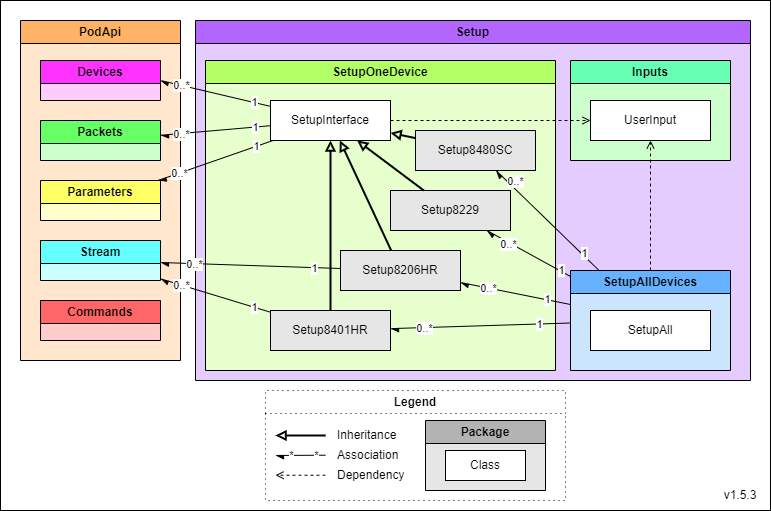
The draw.io diagram Documents/Diagrams/class-diagrams-Setup.png in Pinnacle-Technology-Inc/Morelia, before a commit. Source tidied: cells renumbered, new cells last; positions are measured from the earlier drawing's top-left corner, leaving out a move shared by most shapes.
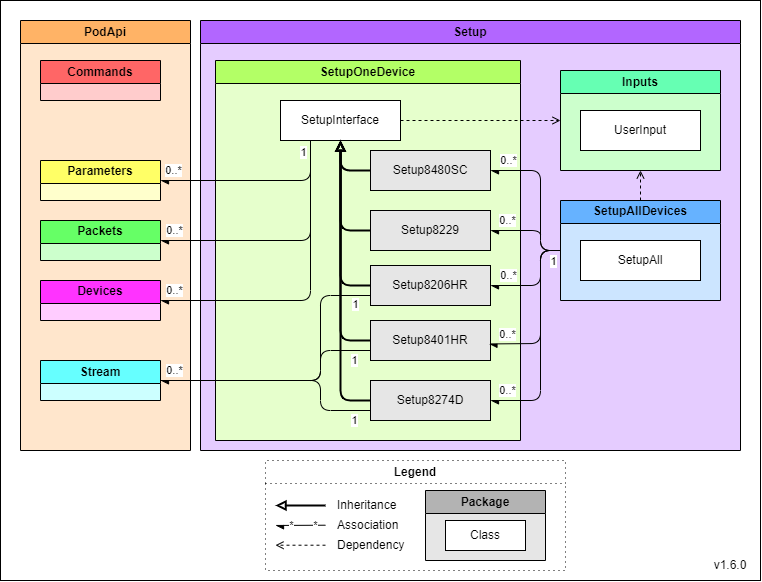
Later version of the same file.

Commit message:
[SM-296] update class diagrams

Diff of the diagram source:
```diff
@@ -3,10 +3,28 @@
     <mxCell id="0" />
     <mxCell id="1" parent="0" />
     <mxCell id="2" style="rounded=0;whiteSpace=wrap;html=1;" parent="1" vertex="1">
-      <mxGeometry width="770" height="510" as="geometry" />
+      <mxGeometry width="760" height="580" as="geometry" />
     </mxCell>
+    <mxCell id="44" value="PodApi" style="swimlane;whiteSpace=wrap;html=1;fillColor=#FFB366;swimlaneFillColor=#FFE6CC;" parent="1" vertex="1">
+      <mxGeometry x="20" y="20" width="170" height="430" as="geometry" />
+    </mxCell>
+    <mxCell id="45" value="Devices" style="swimlane;whiteSpace=wrap;html=1;fillColor=#FF33FF;swimlaneFillColor=#FFCCFF;" parent="44" vertex="1">
+      <mxGeometry x="20" y="260" width="120" height="40" as="geometry" />
+    </mxCell>
+    <mxCell id="46" value="Packets" style="swimlane;whiteSpace=wrap;html=1;fillColor=#66FF66;swimlaneFillColor=#CCFFCC;" parent="44" vertex="1">
+      <mxGeometry x="20" y="200" width="120" height="40" as="geometry" />
+    </mxCell>
+    <mxCell id="47" value="Stream" style="swimlane;whiteSpace=wrap;html=1;fillColor=#66FFFF;swimlaneFillColor=#CCFFFF;gradientColor=none;" parent="44" vertex="1">
+      <mxGeometry x="20" y="340" width="120" height="40" as="geometry" />
+    </mxCell>
+    <mxCell id="49" value="Commands" style="swimlane;whiteSpace=wrap;html=1;fillColor=#FF6666;swimlaneFillColor=#FFCCCC;" parent="44" vertex="1">
+      <mxGeometry x="20" y="40" width="120" height="40" as="geometry" />
+    </mxCell>
+    <mxCell id="48" value="Parameters" style="swimlane;whiteSpace=wrap;html=1;fillColor=#FFFF66;swimlaneFillColor=#FFFFCC;" parent="44" vertex="1">
+      <mxGeometry x="20" y="140" width="120" height="40" as="geometry" />
+    </mxCell>
     <mxCell id="3" value="&lt;b&gt;Legend&lt;/b&gt;" style="swimlane;whiteSpace=wrap;html=1;gradientColor=none;dashed=1;dashPattern=1 4;fontStyle=0;" parent="1" vertex="1">
-      <mxGeometry x="265" y="390" width="300" height="110" as="geometry" />
+      <mxGeometry x="265" y="460" width="300" height="110" as="geometry" />
     </mxCell>
     <mxCell id="4" value="Inheritance" style="text;html=1;strokeColor=none;fillColor=none;align=left;verticalAlign=middle;whiteSpace=wrap;rounded=0;fontStyle=0;" parent="3" vertex="1">
       <mxGeometry x="70" y="35" width="80" height="20" as="geometry" />
@@ -51,172 +69,241 @@
         <mxPoint x="-3" as="offset" />
       </mxGeometry>
     </mxCell>
-    <mxCell id="14" value="v1.5.3" style="text;html=1;strokeColor=none;fillColor=none;align=center;verticalAlign=middle;whiteSpace=wrap;rounded=0;fontStyle=0;" parent="1" vertex="1">
-      <mxGeometry x="710" y="480" width="60" height="30" as="geometry" />
+    <mxCell id="14" value="v1.6.0" style="text;html=1;strokeColor=none;fillColor=none;align=center;verticalAlign=middle;whiteSpace=wrap;rounded=0;fontStyle=0;" parent="1" vertex="1">
+      <mxGeometry x="700" y="550" width="60" height="30" as="geometry" />
     </mxCell>
     <mxCell id="15" value="Setup" style="swimlane;whiteSpace=wrap;html=1;fillColor=#B266FF;swimlaneFillColor=#E5CCFF;" parent="1" vertex="1">
-      <mxGeometry x="195" y="20" width="555" height="360" as="geometry" />
+      <mxGeometry x="200" y="20" width="540" height="430" as="geometry" />
     </mxCell>
     <mxCell id="16" value="SetupOneDevice" style="swimlane;whiteSpace=wrap;html=1;fillColor=#B3FF66;swimlaneFillColor=#E6FFCC;" parent="15" vertex="1">
-      <mxGeometry x="10" y="40" width="350" height="310" as="geometry" />
+      <mxGeometry x="15" y="40" width="305" height="380" as="geometry" />
     </mxCell>
     <mxCell id="17" value="Setup8401HR" style="rounded=0;whiteSpace=wrap;html=1;fontStyle=0;fillColor=#E6E6E6;" parent="16" vertex="1">
-      <mxGeometry x="65" y="250" width="120" height="40" as="geometry" />
+      <mxGeometry x="155" y="260" width="120" height="40" as="geometry" />
     </mxCell>
     <mxCell id="18" value="&lt;span&gt;Setup8480SC&lt;/span&gt;" style="rounded=0;whiteSpace=wrap;html=1;fontStyle=0;fillColor=#E6E6E6;" parent="16" vertex="1">
-      <mxGeometry x="210" y="70" width="120" height="40" as="geometry" />
+      <mxGeometry x="155" y="90" width="120" height="40" as="geometry" />
     </mxCell>
     <mxCell id="19" value="SetupInterface" style="rounded=0;whiteSpace=wrap;html=1;fontStyle=0;" parent="16" vertex="1">
       <mxGeometry x="65" y="40" width="120" height="40" as="geometry" />
     </mxCell>
     <mxCell id="20" value="Setup8229" style="rounded=0;whiteSpace=wrap;html=1;fontStyle=0;fillColor=#E6E6E6;" parent="16" vertex="1">
-      <mxGeometry x="185" y="130" width="120" height="40" as="geometry" />
+      <mxGeometry x="155" y="150" width="120" height="40" as="geometry" />
     </mxCell>
+    <mxCell id="22" value="Setup8206HR" style="rounded=0;whiteSpace=wrap;html=1;fontStyle=0;fillColor=#E6E6E6;" parent="16" vertex="1">
+      <mxGeometry x="155" y="205" width="120" height="40" as="geometry" />
+    </mxCell>
+    <mxCell id="25" style="endArrow=block;html=1;endFill=0;strokeWidth=2;fontStyle=0;" parent="16" edge="1" source="17" target="19">
+      <mxGeometry relative="1" as="geometry">
+        <Array as="points">
+          <mxPoint x="125" y="280" />
+        </Array>
+      </mxGeometry>
+    </mxCell>
+    <mxCell id="65" value="Setup8274D" style="rounded=0;whiteSpace=wrap;html=1;fontStyle=0;fillColor=#E6E6E6;" parent="16" vertex="1">
+      <mxGeometry x="155" y="320" width="120" height="40" as="geometry" />
+    </mxCell>
+    <mxCell id="66" style="endArrow=block;html=1;endFill=0;strokeWidth=2;fontStyle=0;exitX=0;exitY=0.5;exitDx=0;exitDy=0;rounded=1;" parent="16" edge="1" source="65" target="19">
+      <mxGeometry relative="1" as="geometry">
+        <Array as="points">
+          <mxPoint x="125" y="340" />
+        </Array>
+      </mxGeometry>
+    </mxCell>
+    <mxCell id="23" style="endArrow=block;html=1;endFill=0;strokeWidth=2;fontStyle=0;" parent="16" edge="1" source="22" target="19">
+      <mxGeometry relative="1" as="geometry">
+        <Array as="points">
+          <mxPoint x="125" y="225" />
+        </Array>
+      </mxGeometry>
+    </mxCell>
     <mxCell id="21" style="endArrow=block;html=1;endFill=0;strokeWidth=2;fontStyle=0;" parent="16" edge="1" source="20" target="19">
-      <mxGeometry relative="1" as="geometry" />
+      <mxGeometry relative="1" as="geometry">
+        <Array as="points">
+          <mxPoint x="125" y="170" />
+        </Array>
+      </mxGeometry>
     </mxCell>
-    <mxCell id="22" value="Setup8206HR" style="rounded=0;whiteSpace=wrap;html=1;fontStyle=0;fillColor=#E6E6E6;" parent="16" vertex="1">
-      <mxGeometry x="135" y="190" width="120" height="40" as="geometry" />
-    </mxCell>
-    <mxCell id="23" style="endArrow=block;html=1;endFill=0;strokeWidth=2;fontStyle=0;" parent="16" edge="1" source="22" target="19">
-      <mxGeometry relative="1" as="geometry" />
-    </mxCell>
     <mxCell id="24" style="endArrow=block;html=1;endFill=0;strokeWidth=2;fontStyle=0;" parent="16" edge="1" source="18" target="19">
-      <mxGeometry relative="1" as="geometry" />
+      <mxGeometry relative="1" as="geometry">
+        <Array as="points">
+          <mxPoint x="125" y="110" />
+        </Array>
+      </mxGeometry>
     </mxCell>
-    <mxCell id="25" style="endArrow=block;html=1;endFill=0;strokeWidth=2;fontStyle=0;" parent="16" edge="1" source="17" target="19">
-      <mxGeometry relative="1" as="geometry" />
-    </mxCell>
     <mxCell id="26" value="Inputs" style="swimlane;whiteSpace=wrap;html=1;fillColor=#66FFB3;swimlaneFillColor=#CCFFCC;" parent="15" vertex="1">
-      <mxGeometry x="375" y="40" width="160" height="100" as="geometry" />
+      <mxGeometry x="360" y="50" width="160" height="100" as="geometry" />
     </mxCell>
     <mxCell id="27" value="UserInput" style="rounded=0;whiteSpace=wrap;html=1;fontStyle=0;" parent="26" vertex="1">
       <mxGeometry x="20" y="40" width="120" height="40" as="geometry" />
     </mxCell>
-    <mxCell id="28" style="endArrow=open;html=1;endFill=0;dashed=1;fontStyle=0;exitX=1;exitY=0.5;exitDx=0;exitDy=0;" parent="15" edge="1" source="19" target="27">
+    <mxCell id="28" style="endArrow=open;html=1;endFill=0;dashed=1;fontStyle=0;exitX=1;exitY=0.5;exitDx=0;exitDy=0;" parent="15" edge="1" source="19" target="26">
       <mxGeometry relative="1" as="geometry" />
     </mxCell>
     <mxCell id="29" value="SetupAllDevices" style="swimlane;whiteSpace=wrap;html=1;fillColor=#66B2FF;swimlaneFillColor=#CCE5FF;" parent="15" vertex="1">
-      <mxGeometry x="375" y="250" width="160" height="100" as="geometry" />
+      <mxGeometry x="360" y="180" width="160" height="100" as="geometry" />
     </mxCell>
     <mxCell id="30" value="SetupAll" style="rounded=0;whiteSpace=wrap;html=1;fontStyle=0;" parent="29" vertex="1">
       <mxGeometry x="20" y="40" width="120" height="40" as="geometry" />
     </mxCell>
-    <mxCell id="31" style="endArrow=open;html=1;endFill=0;dashed=1;fontStyle=0;" parent="15" edge="1" source="29" target="27">
+    <mxCell id="31" style="endArrow=open;html=1;endFill=0;dashed=1;fontStyle=0;" parent="15" edge="1" source="29" target="26">
       <mxGeometry relative="1" as="geometry" />
     </mxCell>
-    <mxCell id="32" style="endArrow=async;html=1;endFill=1;fontStyle=0;" parent="15" edge="1" source="29" target="18">
-      <mxGeometry relative="1" as="geometry" />
-    </mxCell>
-    <mxCell id="33" value="0..*" style="edgeLabel;html=1;align=center;verticalAlign=middle;fontStyle=0;" parent="32" vertex="1">
-      <mxGeometry x="0.63" relative="1" as="geometry">
-        <mxPoint y="-8" as="offset" />
-      </mxGeometry>
-    </mxCell>
-    <mxCell id="34" value="1" style="edgeLabel;html=1;align=center;verticalAlign=middle;fontStyle=0;" parent="32" vertex="1">
-      <mxGeometry x="-0.71" relative="1" as="geometry">
-        <mxPoint y="-3" as="offset" />
-      </mxGeometry>
-    </mxCell>
-    <mxCell id="35" style="endArrow=async;html=1;endFill=1;fontStyle=0;" parent="15" edge="1" source="29" target="20">
-      <mxGeometry relative="1" as="geometry" />
-    </mxCell>
-    <mxCell id="36" value="0..*" style="edgeLabel;html=1;align=center;verticalAlign=middle;fontStyle=0;" parent="35" vertex="1">
-      <mxGeometry x="0.63" relative="1" as="geometry">
-        <mxPoint x="6" y="5" as="offset" />
-      </mxGeometry>
-    </mxCell>
-    <mxCell id="37" value="1" style="edgeLabel;html=1;align=center;verticalAlign=middle;fontStyle=0;" parent="35" vertex="1">
-      <mxGeometry x="-0.71" relative="1" as="geometry">
-        <mxPoint x="3" as="offset" />
-      </mxGeometry>
-    </mxCell>
-    <mxCell id="38" style="endArrow=async;html=1;endFill=1;fontStyle=0;" parent="15" edge="1" source="29" target="17">
-      <mxGeometry relative="1" as="geometry" />
+    <mxCell id="38" style="endArrow=async;html=1;endFill=1;fontStyle=0;entryX=1;entryY=0.5;entryDx=0;entryDy=0;exitX=0;exitY=0.5;exitDx=0;exitDy=0;" parent="15" edge="1" source="29" target="18">
+      <mxGeometry relative="1" as="geometry">
+        <Array as="points">
+          <mxPoint x="340" y="230" />
+          <mxPoint x="340" y="150" />
+        </Array>
+      </mxGeometry>
     </mxCell>
     <mxCell id="39" value="0..*" style="edgeLabel;html=1;align=center;verticalAlign=middle;fontStyle=0;" parent="38" vertex="1">
-      <mxGeometry x="0.63" relative="1" as="geometry" />
+      <mxGeometry x="0.63" relative="1" as="geometry">
+        <mxPoint x="-11" y="-10" as="offset" />
+      </mxGeometry>
     </mxCell>
-    <mxCell id="40" value="1" style="edgeLabel;html=1;align=center;verticalAlign=middle;fontStyle=0;" parent="38" vertex="1">
-      <mxGeometry x="-0.71" relative="1" as="geometry">
-        <mxPoint x="-6" as="offset" />
-      </mxGeometry>
-    </mxCell>
+    <mxCell id="67" style="endArrow=async;html=1;endFill=1;fontStyle=0;entryX=1;entryY=0.5;entryDx=0;entryDy=0;exitX=0;exitY=0.5;exitDx=0;exitDy=0;" parent="15" edge="1" source="29" target="65">
+      <mxGeometry relative="1" as="geometry">
+        <Array as="points">
+          <mxPoint x="340" y="230" />
+          <mxPoint x="340" y="380" />
+        </Array>
+      </mxGeometry>
+    </mxCell>
+    <mxCell id="68" value="0..*" style="edgeLabel;html=1;align=center;verticalAlign=middle;fontStyle=0;" parent="67" vertex="1">
+      <mxGeometry x="0.63" relative="1" as="geometry">
+        <mxPoint x="-24" y="-10" as="offset" />
+      </mxGeometry>
+    </mxCell>
+    <mxCell id="69" value="1" style="edgeLabel;html=1;align=center;verticalAlign=middle;fontStyle=0;" parent="67" vertex="1">
+      <mxGeometry x="-0.71" relative="1" as="geometry">
+        <mxPoint x="13" y="-2" as="offset" />
+      </mxGeometry>
+    </mxCell>
+    <mxCell id="70" style="endArrow=async;html=1;endFill=1;fontStyle=0;entryX=0.987;entryY=0.586;entryDx=0;entryDy=0;exitX=0;exitY=0.5;exitDx=0;exitDy=0;entryPerimeter=0;" parent="15" edge="1" source="29" target="17">
+      <mxGeometry relative="1" as="geometry">
+        <Array as="points">
+          <mxPoint x="340" y="230" />
+          <mxPoint x="340" y="323" />
+        </Array>
+      </mxGeometry>
+    </mxCell>
+    <mxCell id="71" value="0..*" style="edgeLabel;html=1;align=center;verticalAlign=middle;fontStyle=0;" parent="70" vertex="1">
+      <mxGeometry x="0.63" relative="1" as="geometry">
+        <mxPoint x="-12" y="-10" as="offset" />
+      </mxGeometry>
+    </mxCell>
-    <mxCell id="41" style="endArrow=async;html=1;endFill=1;fontStyle=0;" parent="15" edge="1" source="29" target="22">
-      <mxGeometry relative="1" as="geometry" />
+    <mxCell id="41" style="endArrow=async;html=1;endFill=1;fontStyle=0;entryX=1;entryY=0.5;entryDx=0;entryDy=0;exitX=0;exitY=0.5;exitDx=0;exitDy=0;" parent="15" edge="1" source="29" target="22">
+      <mxGeometry relative="1" as="geometry">
+        <Array as="points">
+          <mxPoint x="340" y="230" />
+          <mxPoint x="340" y="265" />
+        </Array>
+      </mxGeometry>
     </mxCell>
-    <mxCell id="42" value="0..*" style="edgeLabel;html=1;align=center;verticalAlign=middle;fontStyle=0;" parent="41" vertex="1">
-      <mxGeometry x="0.63" relative="1" as="geometry">
-        <mxPoint x="7" y="1" as="offset" />
-      </mxGeometry>
-    </mxCell>
-    <mxCell id="43" value="1" style="edgeLabel;html=1;align=center;verticalAlign=middle;fontStyle=0;" parent="41" vertex="1">
-      <mxGeometry x="-0.71" relative="1" as="geometry">
-        <mxPoint x="-7" y="-2" as="offset" />
-      </mxGeometry>
-    </mxCell>
-    <mxCell id="44" value="PodApi" style="swimlane;whiteSpace=wrap;html=1;fillColor=#FFB366;swimlaneFillColor=#FFE6CC;" parent="1" vertex="1">
-      <mxGeometry x="20" y="20" width="160" height="340" as="geometry" />
-    </mxCell>
-    <mxCell id="45" value="Devices" style="swimlane;whiteSpace=wrap;html=1;fillColor=#FF33FF;swimlaneFillColor=#FFCCFF;" parent="44" vertex="1">
-      <mxGeometry x="20" y="40" width="120" height="40" as="geometry" />
-    </mxCell>
-    <mxCell id="46" value="Packets" style="swimlane;whiteSpace=wrap;html=1;fillColor=#66FF66;swimlaneFillColor=#CCFFCC;" parent="44" vertex="1">
-      <mxGeometry x="20" y="100" width="120" height="40" as="geometry" />
-    </mxCell>
-    <mxCell id="47" value="Stream" style="swimlane;whiteSpace=wrap;html=1;fillColor=#66FFFF;swimlaneFillColor=#CCFFFF;gradientColor=none;" parent="44" vertex="1">
-      <mxGeometry x="20" y="220" width="120" height="40" as="geometry" />
-    </mxCell>
-    <mxCell id="48" value="Parameters" style="swimlane;whiteSpace=wrap;html=1;fillColor=#FFFF66;swimlaneFillColor=#FFFFCC;" parent="44" vertex="1">
-      <mxGeometry x="20" y="160" width="120" height="40" as="geometry" />
-    </mxCell>
-    <mxCell id="49" value="Commands" style="swimlane;whiteSpace=wrap;html=1;fillColor=#FF6666;swimlaneFillColor=#FFCCCC;" parent="44" vertex="1">
-      <mxGeometry x="20" y="280" width="120" height="40" as="geometry" />
-    </mxCell>
-    <mxCell id="50" style="endArrow=async;html=1;endFill=1;fontStyle=0;entryX=1;entryY=0.5;entryDx=0;entryDy=0;" parent="1" edge="1" source="19" target="45">
-      <mxGeometry relative="1" as="geometry" />
-    </mxCell>
-    <mxCell id="51" value="0..*" style="edgeLabel;html=1;align=center;verticalAlign=middle;fontStyle=0;" parent="50" vertex="1">
-      <mxGeometry x="0.63" relative="1" as="geometry" />
-    </mxCell>
-    <mxCell id="52" value="1" style="edgeLabel;html=1;align=center;verticalAlign=middle;fontStyle=0;" parent="50" vertex="1">
-      <mxGeometry x="-0.71" relative="1" as="geometry" />
-    </mxCell>
-    <mxCell id="53" style="endArrow=async;html=1;endFill=1;fontStyle=0;" parent="1" edge="1" source="19" target="46">
-      <mxGeometry relative="1" as="geometry" />
-    </mxCell>
-    <mxCell id="54" value="0..*" style="edgeLabel;html=1;align=center;verticalAlign=middle;fontStyle=0;" parent="53" vertex="1">
-      <mxGeometry x="0.63" relative="1" as="geometry" />
-    </mxCell>
-    <mxCell id="55" value="1" style="edgeLabel;html=1;align=center;verticalAlign=middle;fontStyle=0;" parent="53" vertex="1">
-      <mxGeometry x="-0.71" relative="1" as="geometry" />
-    </mxCell>
+    <mxCell id="72" value="0..*" style="edgeLabel;html=1;align=center;verticalAlign=middle;fontStyle=0;" parent="41" vertex="1">
+      <mxGeometry x="0.63" relative="1" as="geometry">
+        <mxPoint x="-2" y="-10" as="offset" />
+      </mxGeometry>
+    </mxCell>
+    <mxCell id="35" style="endArrow=async;html=1;endFill=1;fontStyle=0;exitX=0;exitY=0.5;exitDx=0;exitDy=0;entryX=1;entryY=0.5;entryDx=0;entryDy=0;" parent="15" edge="1" source="29" target="20">
+      <mxGeometry relative="1" as="geometry">
+        <Array as="points">
+          <mxPoint x="340" y="230" />
+          <mxPoint x="340" y="210" />
+        </Array>
+      </mxGeometry>
+    </mxCell>
+    <mxCell id="73" value="0..*" style="edgeLabel;html=1;align=center;verticalAlign=middle;fontStyle=0;" parent="35" vertex="1">
+      <mxGeometry x="0.63" relative="1" as="geometry">
+        <mxPoint y="-10" as="offset" />
+      </mxGeometry>
+    </mxCell>
-    <mxCell id="56" style="endArrow=async;html=1;endFill=1;fontStyle=0;" parent="1" edge="1" source="19" target="48">
-      <mxGeometry relative="1" as="geometry" />
+    <mxCell id="56" style="endArrow=async;html=1;endFill=1;fontStyle=0;exitX=0.25;exitY=1;exitDx=0;exitDy=0;" parent="1" edge="1" source="19">
+      <mxGeometry relative="1" as="geometry">
+        <mxPoint x="160" y="300" as="targetPoint" />
+        <Array as="points">
+          <mxPoint x="310" y="300" />
+        </Array>
+      </mxGeometry>
     </mxCell>
     <mxCell id="57" value="0..*" style="edgeLabel;html=1;align=center;verticalAlign=middle;fontStyle=0;" parent="56" vertex="1">
-      <mxGeometry x="0.63" relative="1" as="geometry" />
+      <mxGeometry x="0.63" relative="1" as="geometry">
+        <mxPoint x="-44" y="-10" as="offset" />
+      </mxGeometry>
     </mxCell>
     <mxCell id="58" value="1" style="edgeLabel;html=1;align=center;verticalAlign=middle;fontStyle=0;" parent="56" vertex="1">
-      <mxGeometry x="-0.71" relative="1" as="geometry" />
+      <mxGeometry x="-0.71" relative="1" as="geometry">
+        <mxPoint x="-7" y="-34" as="offset" />
+      </mxGeometry>
     </mxCell>
-    <mxCell id="59" style="endArrow=async;html=1;endFill=1;fontStyle=0;" parent="1" edge="1" source="17" target="47">
-      <mxGeometry relative="1" as="geometry" />
-    </mxCell>
-    <mxCell id="60" value="0..*" style="edgeLabel;html=1;align=center;verticalAlign=middle;fontStyle=0;" parent="59" vertex="1">
-      <mxGeometry x="0.63" relative="1" as="geometry" />
-    </mxCell>
-    <mxCell id="61" value="1" style="edgeLabel;html=1;align=center;verticalAlign=middle;fontStyle=0;" parent="59" vertex="1">
-      <mxGeometry x="-0.71" relative="1" as="geometry" />
-    </mxCell>
-    <mxCell id="62" style="endArrow=async;html=1;endFill=1;fontStyle=0;" parent="1" edge="1" source="22" target="47">
-      <mxGeometry relative="1" as="geometry" />
+    <mxCell id="62" style="endArrow=async;html=1;endFill=1;fontStyle=0;exitX=0;exitY=0.75;exitDx=0;exitDy=0;entryX=1;entryY=0.5;entryDx=0;entryDy=0;" parent="1" edge="1" source="22" target="47">
+      <mxGeometry relative="1" as="geometry">
+        <Array as="points">
+          <mxPoint x="320" y="295" />
+          <mxPoint x="320" y="380" />
+        </Array>
+      </mxGeometry>
     </mxCell>
     <mxCell id="63" value="0..*" style="edgeLabel;html=1;align=center;verticalAlign=middle;fontStyle=0;" parent="62" vertex="1">
-      <mxGeometry x="0.63" relative="1" as="geometry" />
+      <mxGeometry x="0.63" relative="1" as="geometry">
+        <mxPoint x="-41" y="-10" as="offset" />
+      </mxGeometry>
     </mxCell>
     <mxCell id="64" value="1" style="edgeLabel;html=1;align=center;verticalAlign=middle;fontStyle=0;" parent="62" vertex="1">
-      <mxGeometry x="-0.71" relative="1" as="geometry" />
+      <mxGeometry x="-0.71" relative="1" as="geometry">
+        <mxPoint x="28" y="9" as="offset" />
+      </mxGeometry>
     </mxCell>
+    <mxCell id="59" style="endArrow=none;html=1;endFill=0;fontStyle=0;exitX=0;exitY=0.75;exitDx=0;exitDy=0;entryX=1;entryY=0.5;entryDx=0;entryDy=0;" parent="1" edge="1" source="17" target="47">
+      <mxGeometry relative="1" as="geometry">
+        <Array as="points">
+          <mxPoint x="320" y="350" />
+          <mxPoint x="320" y="380" />
+        </Array>
+      </mxGeometry>
+    </mxCell>
+    <mxCell id="74" value="1" style="edgeLabel;html=1;align=center;verticalAlign=middle;fontStyle=0;" parent="59" vertex="1">
+      <mxGeometry x="-0.71" relative="1" as="geometry">
+        <mxPoint x="19" y="10" as="offset" />
+      </mxGeometry>
+    </mxCell>
+    <mxCell id="53" style="endArrow=async;html=1;endFill=1;fontStyle=0;entryX=1;entryY=0.5;entryDx=0;entryDy=0;exitX=0.25;exitY=1;exitDx=0;exitDy=0;" parent="1" edge="1" source="19" target="46">
+      <mxGeometry relative="1" as="geometry">
+        <Array as="points">
+          <mxPoint x="310" y="240" />
+        </Array>
+      </mxGeometry>
+    </mxCell>
+    <mxCell id="75" value="0..*" style="edgeLabel;html=1;align=center;verticalAlign=middle;fontStyle=0;" parent="53" vertex="1">
+      <mxGeometry x="0.63" relative="1" as="geometry">
+        <mxPoint x="-33" y="-10" as="offset" />
+      </mxGeometry>
+    </mxCell>
+    <mxCell id="76" style="endArrow=none;html=1;endFill=0;fontStyle=0;exitX=0;exitY=0.75;exitDx=0;exitDy=0;entryX=1;entryY=0.5;entryDx=0;entryDy=0;" parent="1" edge="1" source="65" target="47">
+      <mxGeometry relative="1" as="geometry">
+        <Array as="points">
+          <mxPoint x="320" y="410" />
+          <mxPoint x="320" y="380" />
+        </Array>
+      </mxGeometry>
+    </mxCell>
+    <mxCell id="77" value="1" style="edgeLabel;html=1;align=center;verticalAlign=middle;fontStyle=0;" parent="76" vertex="1">
+      <mxGeometry x="-0.71" relative="1" as="geometry">
+        <mxPoint x="19" y="10" as="offset" />
+      </mxGeometry>
+    </mxCell>
+    <mxCell id="78" style="endArrow=async;html=1;endFill=1;fontStyle=0;exitX=0.25;exitY=1;exitDx=0;exitDy=0;" parent="1" edge="1" source="19" target="48">
+      <mxGeometry relative="1" as="geometry">
+        <Array as="points">
+          <mxPoint x="310" y="180" />
+        </Array>
+      </mxGeometry>
+    </mxCell>
+    <mxCell id="79" value="0..*" style="edgeLabel;html=1;align=center;verticalAlign=middle;fontStyle=0;" parent="78" vertex="1">
+      <mxGeometry x="0.63" relative="1" as="geometry">
+        <mxPoint x="-22" y="-10" as="offset" />
+      </mxGeometry>
+    </mxCell>
   </root>
 </mxGraphModel>
```
